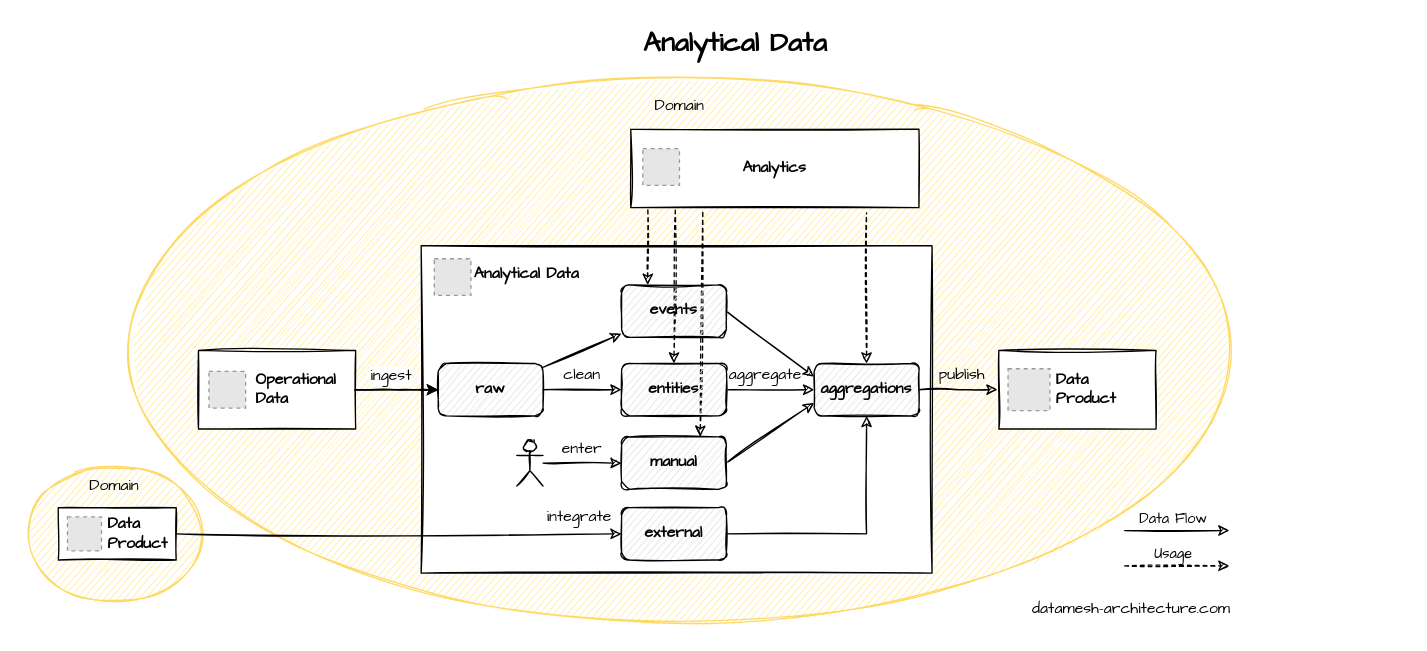
Before: diagrams/analyticaldata.drawio in datamesh-architecture/datamesh-architecture.com, a draw.io diagram. Source tidied: cells renumbered, new cells numbered last; positions are measured from the earlier drawing's top-left corner, leaving out a move shared by most shapes. Both pictures are drawn from the tidied source at 131%, with x=0, y=0 at pixel (22, 22). Pictures stored in the file or linked from it are replaced by grey dashed boxes.
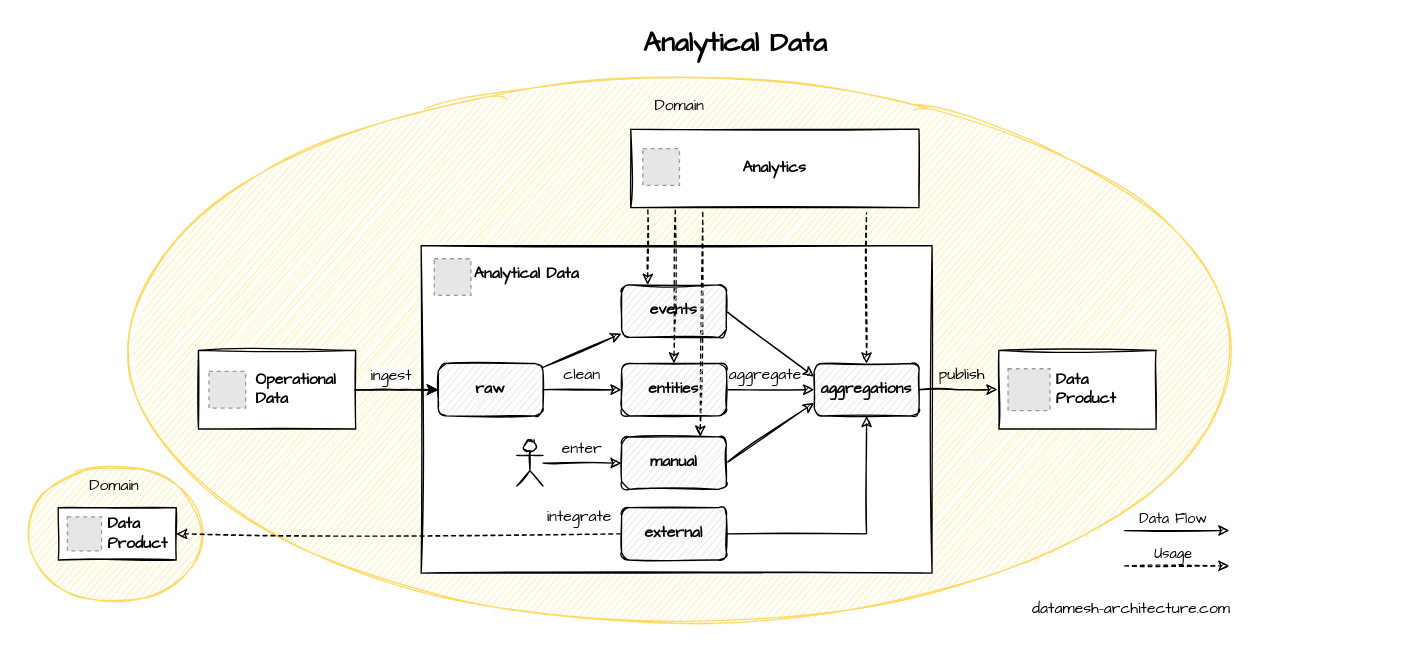
Above is the later version.

Unchanged cells that the change refers to:
```xml
<mxCell id="40" value="Data Product" style="rounded=0;whiteSpace=wrap;html=1;fontStyle=1;sketch=1;fontFamily=Architects Daughter;spacingLeft=36;align=left;" parent="39" vertex="1">
  <mxGeometry width="90" height="40" as="geometry" />
</mxCell>
<mxCell id="46" value="external" style="rounded=1;whiteSpace=wrap;html=1;fontStyle=1;fontFamily=Architects Daughter;sketch=1;fillStyle=hachure;fillColor=#E3E3E3;" parent="1" vertex="1">
  <mxGeometry x="457" y="370" width="80" height="40" as="geometry" />
</mxCell>
```

What changed in the source:
```diff
@@
-    <mxCell id="45" style="edgeStyle=orthogonalEdgeStyle;rounded=0;jettySize=auto;html=1;entryX=0;entryY=0.5;entryDx=0;entryDy=0;fontFamily=Architects Daughter;sketch=1;exitX=1;exitY=0.5;exitDx=0;exitDy=0;" parent="1" edge="1" source="40" target="46">
+    <mxCell id="45" style="edgeStyle=orthogonalEdgeStyle;rounded=0;jettySize=auto;html=1;entryX=0;entryY=0.5;entryDx=0;entryDy=0;fontFamily=Architects Daughter;sketch=1;exitX=1;exitY=0.5;exitDx=0;exitDy=0;dashed=1;endArrow=none;endFill=0;startArrow=classic;startFill=1;" parent="1" edge="1" source="40" target="46">
       <mxGeometry relative="1" as="geometry" />
     </mxCell>
```
